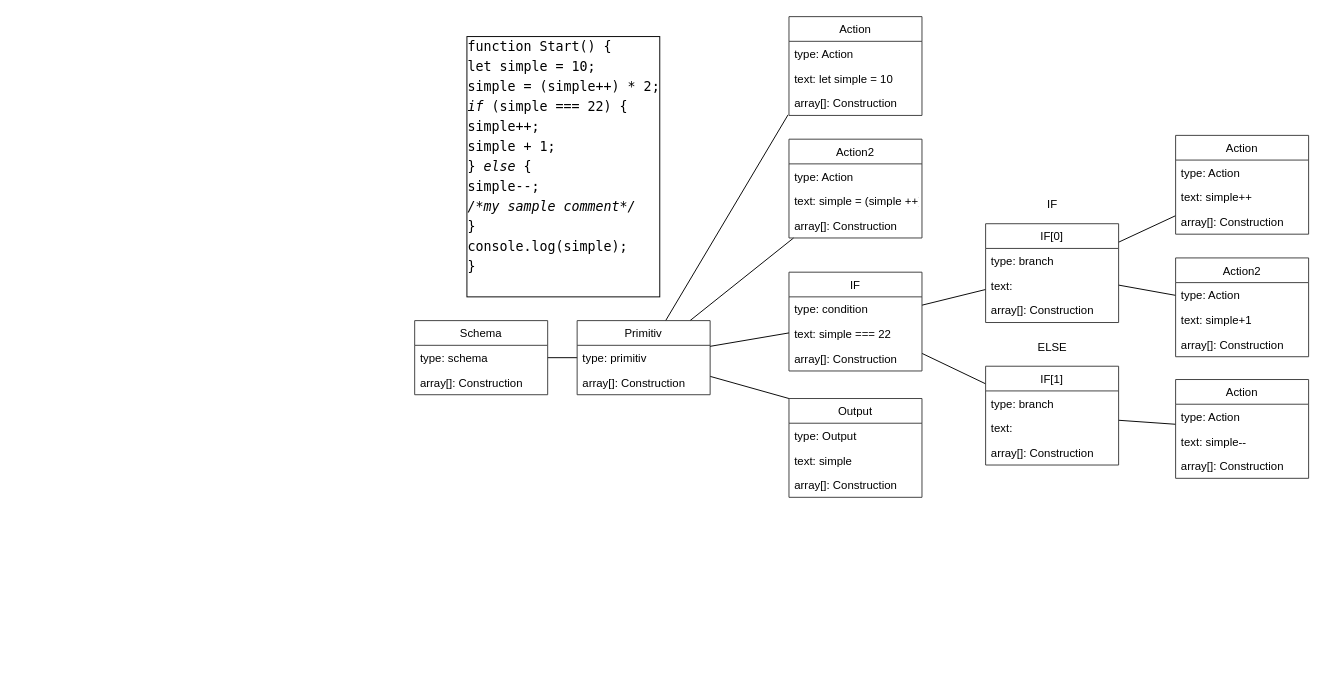
This is page "Страница 5" (5 of 7) of dizdocs/schema_iter2.drawio from samarsky-canary/dragon, a draw.io file, before an edit. Source tidied: cells renumbered, new cells numbered last; positions are measured from the earlier drawing's top-left corner, leaving out a move shared by most shapes. Both pictures are drawn from the tidied source at 95%, with x=0, y=0 at pixel (414, 16).
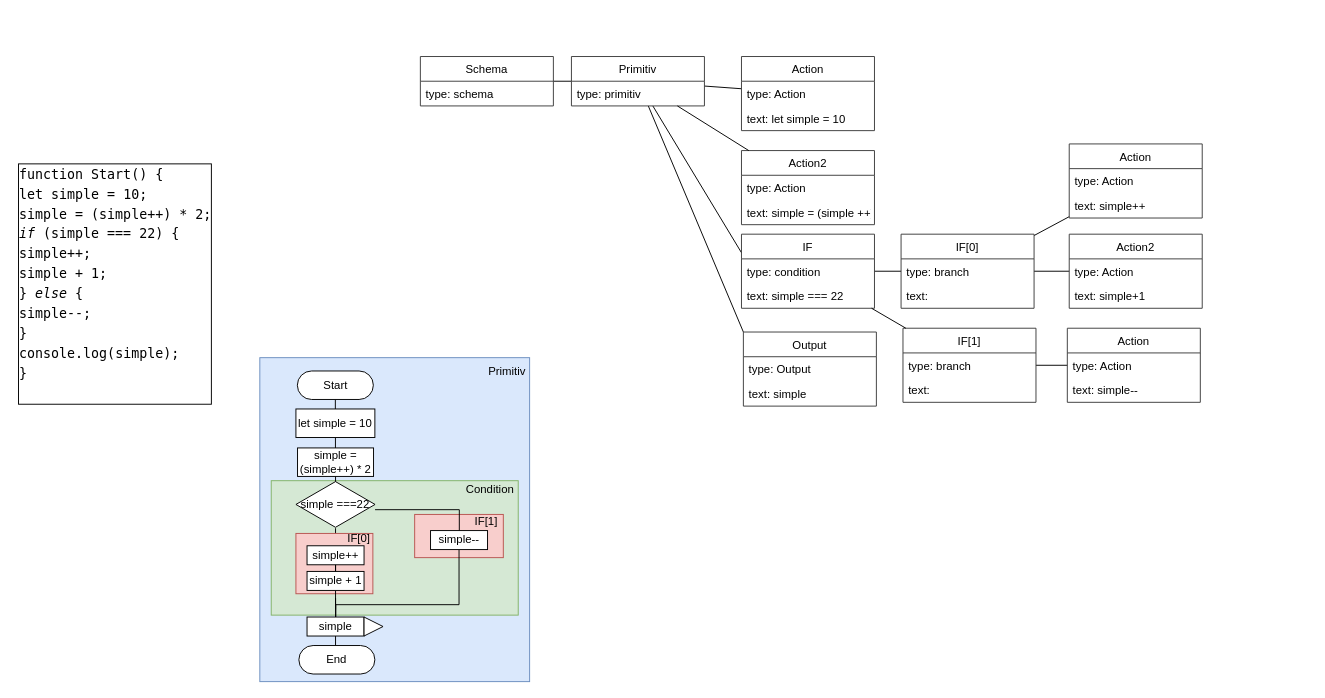
The same diagram, later.

Diff of the diagram source:
```diff
@@
-    <mxCell id="2" value="&lt;div style=&quot;font-family: menlo, monaco, &amp;quot;courier new&amp;quot;, monospace; font-weight: normal; font-size: 14px; line-height: 21px;&quot;&gt;&lt;div&gt;&lt;span style=&quot;&quot;&gt;function&lt;/span&gt;&lt;span style=&quot;&quot;&gt; &lt;/span&gt;&lt;span style=&quot;&quot;&gt;Start&lt;/span&gt;&lt;span style=&quot;&quot;&gt;()&lt;/span&gt;&lt;span style=&quot;&quot;&gt; {&lt;/span&gt;&lt;/div&gt;&lt;div&gt;&lt;span style=&quot;&quot;&gt;    &lt;/span&gt;&lt;span style=&quot;&quot;&gt;let&lt;/span&gt;&lt;span style=&quot;&quot;&gt; &lt;/span&gt;&lt;span style=&quot;&quot;&gt;simple&lt;/span&gt;&lt;span style=&quot;&quot;&gt; &lt;/span&gt;&lt;span style=&quot;&quot;&gt;=&lt;/span&gt;&lt;span style=&quot;&quot;&gt; &lt;/span&gt;&lt;span style=&quot;&quot;&gt;10&lt;/span&gt;&lt;span style=&quot;&quot;&gt;;&lt;/span&gt;&lt;/div&gt;&lt;div&gt;&lt;span style=&quot;&quot;&gt;    &lt;/span&gt;&lt;span style=&quot;&quot;&gt;simple&lt;/span&gt;&lt;span style=&quot;&quot;&gt; &lt;/span&gt;&lt;span style=&quot;&quot;&gt;=&lt;/span&gt;&lt;span style=&quot;&quot;&gt; (&lt;/span&gt;&lt;span style=&quot;&quot;&gt;simple&lt;/span&gt;&lt;span style=&quot;&quot;&gt;++&lt;/span&gt;&lt;span style=&quot;&quot;&gt;) &lt;/span&gt;&lt;span style=&quot;&quot;&gt;*&lt;/span&gt;&lt;span style=&quot;&quot;&gt; &lt;/span&gt;&lt;span style=&quot;&quot;&gt;2&lt;/span&gt;&lt;span style=&quot;&quot;&gt;;&lt;/span&gt;&lt;/div&gt;&lt;div&gt;&lt;span style=&quot;&quot;&gt;    &lt;/span&gt;&lt;span style=&quot;font-style: italic;&quot;&gt;if&lt;/span&gt;&lt;span style=&quot;&quot;&gt; (&lt;/span&gt;&lt;span style=&quot;&quot;&gt;simple&lt;/span&gt;&lt;span style=&quot;&quot;&gt; &lt;/span&gt;&lt;span style=&quot;&quot;&gt;===&lt;/span&gt;&lt;span style=&quot;&quot;&gt; &lt;/span&gt;&lt;span style=&quot;&quot;&gt;22&lt;/span&gt;&lt;span style=&quot;&quot;&gt;) {&lt;/span&gt;&lt;/div&gt;&lt;div&gt;&lt;span style=&quot;&quot;&gt;        &lt;/span&gt;&lt;span style=&quot;&quot;&gt;simple&lt;/span&gt;&lt;span style=&quot;&quot;&gt;++;&lt;/span&gt;&lt;/div&gt;&lt;div&gt;&lt;span style=&quot;&quot;&gt;        &lt;/span&gt;&lt;span style=&quot;&quot;&gt;simple&lt;/span&gt;&lt;span style=&quot;&quot;&gt; &lt;/span&gt;&lt;span style=&quot;&quot;&gt;+&lt;/span&gt;&lt;span style=&quot;&quot;&gt; &lt;/span&gt;&lt;span style=&quot;&quot;&gt;1&lt;/span&gt;&lt;span style=&quot;&quot;&gt;;&lt;/span&gt;&lt;/div&gt;&lt;div&gt;&lt;span style=&quot;&quot;&gt;    } &lt;/span&gt;&lt;span style=&quot;font-style: italic;&quot;&gt;else&lt;/span&gt;&lt;span style=&quot;&quot;&gt; {&lt;/span&gt;&lt;/div&gt;&lt;div&gt;&lt;span style=&quot;&quot;&gt;        &lt;/span&gt;&lt;span style=&quot;&quot;&gt;simple&lt;/span&gt;&lt;span style=&quot;&quot;&gt;--;&lt;/span&gt;&lt;/div&gt;&lt;div&gt;&lt;span style=&quot;&quot;&gt;        &lt;/span&gt;&lt;span style=&quot;font-style: italic;&quot;&gt;/*my sample comment*/&lt;/span&gt;&lt;/div&gt;&lt;div&gt;&lt;span style=&quot;&quot;&gt;    }&lt;/span&gt;&lt;/div&gt;&lt;div&gt;&lt;span style=&quot;&quot;&gt;    &lt;/span&gt;&lt;span style=&quot;&quot;&gt;console&lt;/span&gt;&lt;span style=&quot;&quot;&gt;.&lt;/span&gt;&lt;span style=&quot;&quot;&gt;log&lt;/span&gt;&lt;span style=&quot;&quot;&gt;(&lt;/span&gt;&lt;span style=&quot;&quot;&gt;simple&lt;/span&gt;&lt;span style=&quot;&quot;&gt;)&lt;/span&gt;&lt;span style=&quot;&quot;&gt;;&lt;/span&gt;&lt;/div&gt;&lt;div&gt;&lt;span style=&quot;&quot;&gt;}&lt;/span&gt;&lt;/div&gt;&lt;br&gt;&lt;/div&gt;" style="text;whiteSpace=wrap;html=1;labelBackgroundColor=#ffffff;labelBorderColor=#000000;" parent="1" vertex="1">
-      <mxGeometry x="53" y="14" width="230" height="350" as="geometry" />
+    <mxCell id="2" value="&lt;div style=&quot;font-family: &amp;#34;menlo&amp;#34; , &amp;#34;monaco&amp;#34; , &amp;#34;courier new&amp;#34; , monospace ; font-weight: normal ; font-size: 14px ; line-height: 21px&quot;&gt;&lt;div&gt;&lt;span&gt;function&lt;/span&gt;&lt;span&gt; &lt;/span&gt;&lt;span&gt;Start&lt;/span&gt;&lt;span&gt;()&lt;/span&gt;&lt;span&gt; {&lt;/span&gt;&lt;/div&gt;&lt;div&gt;&lt;span&gt;    &lt;/span&gt;&lt;span&gt;let&lt;/span&gt;&lt;span&gt; &lt;/span&gt;&lt;span&gt;simple&lt;/span&gt;&lt;span&gt; &lt;/span&gt;&lt;span&gt;=&lt;/span&gt;&lt;span&gt; &lt;/span&gt;&lt;span&gt;10&lt;/span&gt;&lt;span&gt;;&lt;/span&gt;&lt;/div&gt;&lt;div&gt;&lt;span&gt;    &lt;/span&gt;&lt;span&gt;simple&lt;/span&gt;&lt;span&gt; &lt;/span&gt;&lt;span&gt;=&lt;/span&gt;&lt;span&gt; (&lt;/span&gt;&lt;span&gt;simple&lt;/span&gt;&lt;span&gt;++&lt;/span&gt;&lt;span&gt;) &lt;/span&gt;&lt;span&gt;*&lt;/span&gt;&lt;span&gt; &lt;/span&gt;&lt;span&gt;2&lt;/span&gt;&lt;span&gt;;&lt;/span&gt;&lt;/div&gt;&lt;div&gt;&lt;span&gt;    &lt;/span&gt;&lt;span style=&quot;font-style: italic&quot;&gt;if&lt;/span&gt;&lt;span&gt; (&lt;/span&gt;&lt;span&gt;simple&lt;/span&gt;&lt;span&gt; &lt;/span&gt;&lt;span&gt;===&lt;/span&gt;&lt;span&gt; &lt;/span&gt;&lt;span&gt;22&lt;/span&gt;&lt;span&gt;) {&lt;/span&gt;&lt;/div&gt;&lt;div&gt;&lt;span&gt;        &lt;/span&gt;&lt;span&gt;simple&lt;/span&gt;&lt;span&gt;++;&lt;/span&gt;&lt;/div&gt;&lt;div&gt;&lt;span&gt;        &lt;/span&gt;&lt;span&gt;simple&lt;/span&gt;&lt;span&gt; &lt;/span&gt;&lt;span&gt;+&lt;/span&gt;&lt;span&gt; &lt;/span&gt;&lt;span&gt;1&lt;/span&gt;&lt;span&gt;;&lt;/span&gt;&lt;/div&gt;&lt;div&gt;&lt;span&gt;    } &lt;/span&gt;&lt;span style=&quot;font-style: italic&quot;&gt;else&lt;/span&gt;&lt;span&gt; {&lt;/span&gt;&lt;/div&gt;&lt;div&gt;&lt;span&gt;        &lt;/span&gt;&lt;span&gt;simple&lt;/span&gt;&lt;span&gt;--;&lt;/span&gt;&lt;/div&gt;&lt;div&gt;}&lt;br&gt;&lt;/div&gt;&lt;div&gt;&lt;span&gt;    &lt;/span&gt;&lt;span&gt;console&lt;/span&gt;&lt;span&gt;.&lt;/span&gt;&lt;span&gt;log&lt;/span&gt;&lt;span&gt;(&lt;/span&gt;&lt;span&gt;simple&lt;/span&gt;&lt;span&gt;)&lt;/span&gt;&lt;span&gt;;&lt;/span&gt;&lt;/div&gt;&lt;div&gt;&lt;span&gt;}&lt;/span&gt;&lt;/div&gt;&lt;br&gt;&lt;/div&gt;" style="text;whiteSpace=wrap;html=1;labelBackgroundColor=#ffffff;labelBorderColor=#000000;" parent="1" vertex="1">
+      <mxGeometry x="-419" y="148" width="230" height="350" as="geometry" />
     </mxCell>
@@
     <mxCell id="4" value="Schema" style="swimlane;fontStyle=0;horizontal=1;startSize=26;fillColor=none;strokeColor=#3D3D3D;" parent="1" vertex="1">
-      <mxGeometry y="320" width="140" height="78" as="geometry" />
+      <mxGeometry x="6" y="42" width="140" height="52" as="geometry" />
     </mxCell>
@@
-    <mxCell id="6" value="array[]: Construction" style="text;strokeColor=none;fillColor=none;align=left;verticalAlign=top;spacingLeft=4;spacingRight=4;overflow=hidden;" parent="4" vertex="1">
-      <mxGeometry y="52" width="140" height="26" as="geometry" />
-    </mxCell>
-    <mxCell id="7" style="edgeStyle=none;rounded=0;jettySize=auto;html=1;endArrow=none;endFill=0;entryX=-0.007;entryY=0.977;entryDx=0;entryDy=0;entryPerimeter=0;" parent="1" edge="1" source="10" target="16">
+    <mxCell id="7" style="edgeStyle=none;rounded=0;jettySize=auto;html=1;endArrow=none;endFill=0;" parent="1" edge="1" source="10" target="13">
       <mxGeometry relative="1" as="geometry" />
     </mxCell>
-    <mxCell id="8" style="edgeStyle=none;rounded=0;jettySize=auto;html=1;endArrow=none;endFill=0;" parent="1" edge="1" source="10" target="17">
+    <mxCell id="8" style="edgeStyle=none;rounded=0;jettySize=auto;html=1;endArrow=none;endFill=0;entryX=0;entryY=0.25;entryDx=0;entryDy=0;" parent="1" edge="1" source="10" target="23">
       <mxGeometry relative="1" as="geometry" />
     </mxCell>
@@
     <mxCell id="10" value="Primitiv" style="swimlane;fontStyle=0;horizontal=1;startSize=26;fillColor=none;strokeColor=#3D3D3D;" parent="1" vertex="1">
-      <mxGeometry x="171" y="320" width="140" height="78" as="geometry" />
+      <mxGeometry x="165" y="42" width="140" height="52" as="geometry" />
     </mxCell>
@@
-    <mxCell id="12" value="array[]: Construction" style="text;strokeColor=none;fillColor=none;align=left;verticalAlign=top;spacingLeft=4;spacingRight=4;overflow=hidden;" parent="10" vertex="1">
-      <mxGeometry y="52" width="140" height="26" as="geometry" />
-    </mxCell>
     <mxCell id="13" value="Action" style="swimlane;fontStyle=0;horizontal=1;startSize=26;fillColor=none;strokeColor=#3D3D3D;" parent="1" vertex="1">
-      <mxGeometry x="394" width="140" height="104" as="geometry" />
+      <mxGeometry x="344" y="42" width="140" height="78" as="geometry" />
     </mxCell>
@@
-    <mxCell id="16" value="array[]: Construction" style="text;strokeColor=none;fillColor=none;align=left;verticalAlign=top;spacingLeft=4;spacingRight=4;overflow=hidden;points=[[0,0.5],[1,0.5]];portConstraint=eastwest;" parent="13" vertex="1">
-      <mxGeometry y="78" width="140" height="26" as="geometry" />
-    </mxCell>
     <mxCell id="17" value="Action2" style="swimlane;fontStyle=0;horizontal=1;startSize=26;fillColor=none;strokeColor=#3D3D3D;" parent="1" vertex="1">
-      <mxGeometry x="394" y="129" width="140" height="104" as="geometry" />
+      <mxGeometry x="344" y="141" width="140" height="78" as="geometry" />
     </mxCell>
@@
-    <mxCell id="20" value="array[]: Construction" style="text;strokeColor=none;fillColor=none;align=left;verticalAlign=top;spacingLeft=4;spacingRight=4;overflow=hidden;" parent="17" vertex="1">
-      <mxGeometry y="78" width="140" height="26" as="geometry" />
-    </mxCell>
@@
-    <mxCell id="22" style="edgeStyle=none;rounded=0;jettySize=auto;html=1;endArrow=none;endFill=0;" parent="1" edge="1" source="23" target="35">
-      <mxGeometry relative="1" as="geometry" />
-    </mxCell>
     <mxCell id="23" value="IF" style="swimlane;fontStyle=0;horizontal=1;startSize=26;fillColor=none;strokeColor=#3D3D3D;" parent="1" vertex="1">
-      <mxGeometry x="394" y="269" width="140" height="104" as="geometry" />
+      <mxGeometry x="344" y="229" width="140" height="78" as="geometry" />
     </mxCell>
@@
-    <mxCell id="26" value="array[]: Construction" style="text;strokeColor=none;fillColor=none;align=left;verticalAlign=top;spacingLeft=4;spacingRight=4;overflow=hidden;" parent="23" vertex="1">
-      <mxGeometry y="78" width="140" height="26" as="geometry" />
-    </mxCell>
-    <mxCell id="27" style="edgeStyle=none;rounded=0;jettySize=auto;html=1;endArrow=none;endFill=0;" parent="1" edge="1" source="10" target="23">
+    <mxCell id="27" style="edgeStyle=none;rounded=0;jettySize=auto;html=1;endArrow=none;endFill=0;" parent="1" edge="1" source="10" target="17">
       <mxGeometry relative="1" as="geometry" />
     </mxCell>
@@
     <mxCell id="30" value="IF[0]" style="swimlane;fontStyle=0;horizontal=1;startSize=26;fillColor=none;strokeColor=#3D3D3D;" parent="1" vertex="1">
-      <mxGeometry x="601" y="218" width="140" height="104" as="geometry" />
+      <mxGeometry x="512" y="229" width="140" height="78" as="geometry" />
     </mxCell>
@@
-    <mxCell id="33" value="array[]: Construction" style="text;strokeColor=none;fillColor=none;align=left;verticalAlign=top;spacingLeft=4;spacingRight=4;overflow=hidden;" parent="30" vertex="1">
-      <mxGeometry y="78" width="140" height="26" as="geometry" />
-    </mxCell>
@@
     <mxCell id="35" value="IF[1]" style="swimlane;fontStyle=0;horizontal=1;startSize=26;fillColor=none;strokeColor=#3D3D3D;" parent="1" vertex="1">
-      <mxGeometry x="601" y="368" width="140" height="104" as="geometry" />
+      <mxGeometry x="514" y="328" width="140" height="78" as="geometry" />
     </mxCell>
@@
-    <mxCell id="38" value="array[]: Construction" style="text;strokeColor=none;fillColor=none;align=left;verticalAlign=top;spacingLeft=4;spacingRight=4;overflow=hidden;" parent="35" vertex="1">
-      <mxGeometry y="78" width="140" height="26" as="geometry" />
-    </mxCell>
-    <mxCell id="39" value="IF" style="text;html=1;align=center;verticalAlign=middle;strokeColor=none;" parent="1" vertex="1">
-      <mxGeometry x="656" y="188" width="30" height="20" as="geometry" />
-    </mxCell>
-    <mxCell id="40" value="ELSE" style="text;html=1;align=center;verticalAlign=middle;strokeColor=none;" parent="1" vertex="1">
-      <mxGeometry x="646" y="338" width="50" height="20" as="geometry" />
-    </mxCell>
     <mxCell id="41" value="Output" style="swimlane;fontStyle=0;horizontal=1;startSize=26;fillColor=none;strokeColor=#3D3D3D;" parent="1" vertex="1">
-      <mxGeometry x="394" y="402" width="140" height="104" as="geometry" />
+      <mxGeometry x="346" y="332" width="140" height="78" as="geometry" />
     </mxCell>
@@
-    <mxCell id="44" value="array[]: Construction" style="text;strokeColor=none;fillColor=none;align=left;verticalAlign=top;spacingLeft=4;spacingRight=4;overflow=hidden;" parent="41" vertex="1">
-      <mxGeometry y="78" width="140" height="26" as="geometry" />
-    </mxCell>
     <mxCell id="45" value="Action" style="swimlane;fontStyle=0;horizontal=1;startSize=26;fillColor=none;strokeColor=#3D3D3D;" parent="1" vertex="1">
-      <mxGeometry x="801" y="125" width="140" height="104" as="geometry" />
+      <mxGeometry x="689" y="134" width="140" height="78" as="geometry" />
     </mxCell>
@@
-    <mxCell id="48" value="array[]: Construction" style="text;strokeColor=none;fillColor=none;align=left;verticalAlign=top;spacingLeft=4;spacingRight=4;overflow=hidden;" parent="45" vertex="1">
-      <mxGeometry y="78" width="140" height="26" as="geometry" />
-    </mxCell>
     <mxCell id="49" value="Action2" style="swimlane;fontStyle=0;horizontal=1;startSize=26;fillColor=none;strokeColor=#3D3D3D;" parent="1" vertex="1">
-      <mxGeometry x="801" y="254" width="140" height="104" as="geometry" />
+      <mxGeometry x="689" y="229" width="140" height="78" as="geometry" />
     </mxCell>
@@
-    <mxCell id="52" value="array[]: Construction" style="text;strokeColor=none;fillColor=none;align=left;verticalAlign=top;spacingLeft=4;spacingRight=4;overflow=hidden;" parent="49" vertex="1">
-      <mxGeometry y="78" width="140" height="26" as="geometry" />
-    </mxCell>
     <mxCell id="53" value="Action" style="swimlane;fontStyle=0;horizontal=1;startSize=26;fillColor=none;strokeColor=#3D3D3D;" parent="1" vertex="1">
-      <mxGeometry x="801" y="382" width="140" height="104" as="geometry" />
+      <mxGeometry x="687" y="328" width="140" height="78" as="geometry" />
     </mxCell>
@@
-    <mxCell id="56" value="array[]: Construction" style="text;strokeColor=none;fillColor=none;align=left;verticalAlign=top;spacingLeft=4;spacingRight=4;overflow=hidden;" parent="53" vertex="1">
-      <mxGeometry y="78" width="140" height="26" as="geometry" />
-    </mxCell>
+    <mxCell id="57" style="rounded=0;whiteSpace=wrap;html=1;fillColor=#dae8fc;strokeColor=#6c8ebf;" parent="1" vertex="1">
+      <mxGeometry x="-163" y="359" width="284" height="341" as="geometry" />
+    </mxCell>
+    <mxCell id="58" style="rounded=0;whiteSpace=wrap;html=1;fillColor=#d5e8d4;strokeColor=#82b366;" parent="1" vertex="1">
+      <mxGeometry x="-151" y="488.5" width="260" height="141.5" as="geometry" />
+    </mxCell>
+    <mxCell id="59" style="edgeStyle=orthogonalEdgeStyle;rounded=0;jettySize=auto;html=1;endArrow=none;endFill=0;" parent="1" edge="1" source="60" target="62">
+      <mxGeometry relative="1" as="geometry" />
+    </mxCell>
+    <mxCell id="60" value="Start" style="rounded=1;whiteSpace=wrap;html=1;arcSize=50;" parent="1" vertex="1">
+      <mxGeometry x="-123.5" y="373" width="80" height="30" as="geometry" />
+    </mxCell>
+    <mxCell id="61" style="edgeStyle=orthogonalEdgeStyle;rounded=0;jettySize=auto;html=1;endArrow=none;endFill=0;" parent="1" edge="1" source="62" target="63">
+      <mxGeometry relative="1" as="geometry" />
+    </mxCell>
+    <mxCell id="62" value="let simple = 10" style="rounded=0;whiteSpace=wrap;html=1;" parent="1" vertex="1">
+      <mxGeometry x="-125" y="413" width="83.1" height="30" as="geometry" />
+    </mxCell>
+    <mxCell id="63" value="simple = (simple++) * 2" style="rounded=0;whiteSpace=wrap;html=1;" parent="1" vertex="1">
+      <mxGeometry x="-123.3" y="454" width="80" height="30" as="geometry" />
+    </mxCell>
+    <mxCell id="64" style="edgeStyle=orthogonalEdgeStyle;rounded=0;jettySize=auto;html=1;endArrow=none;endFill=0;" parent="1" edge="1" source="63" target="66">
+      <mxGeometry relative="1" as="geometry" />
+    </mxCell>
+    <mxCell id="65" style="edgeStyle=orthogonalEdgeStyle;rounded=0;jettySize=auto;html=1;endArrow=none;endFill=0;" parent="1" edge="1" source="66" target="76">
+      <mxGeometry relative="1" as="geometry" />
+    </mxCell>
+    <mxCell id="66" value="simple ===22" style="html=1;whiteSpace=wrap;shape=isoRectangle;" parent="1" vertex="1">
+      <mxGeometry x="-125" y="488.5" width="83.3" height="50" as="geometry" />
+    </mxCell>
+    <mxCell id="67" style="edgeStyle=orthogonalEdgeStyle;rounded=0;jettySize=auto;html=1;endArrow=none;endFill=0;" parent="1" edge="1" source="68" target="70">
+      <mxGeometry relative="1" as="geometry" />
+    </mxCell>
+    <mxCell id="68" value="simple" style="rounded=0;whiteSpace=wrap;html=1;" parent="1" vertex="1">
+      <mxGeometry x="-113.3" y="632" width="60" height="20" as="geometry" />
+    </mxCell>
+    <mxCell id="69" style="triangle;whiteSpace=wrap;html=1;" parent="1" vertex="1">
+      <mxGeometry x="-53.3" y="632" width="20" height="20" as="geometry" />
+    </mxCell>
+    <mxCell id="70" value="End" style="rounded=1;whiteSpace=wrap;html=1;arcSize=50;" parent="1" vertex="1">
+      <mxGeometry x="-121.9" y="662" width="80" height="30" as="geometry" />
+    </mxCell>
+    <mxCell id="71" style="rounded=0;whiteSpace=wrap;html=1;fillColor=#f8cecc;strokeColor=#b85450;" parent="1" vertex="1">
+      <mxGeometry x="-125" y="544" width="81" height="63.5" as="geometry" />
+    </mxCell>
+    <mxCell id="72" style="rounded=0;whiteSpace=wrap;html=1;fillColor=#f8cecc;strokeColor=#b85450;" parent="1" vertex="1">
+      <mxGeometry y="524" width="93.3" height="45.5" as="geometry" />
+    </mxCell>
+    <mxCell id="73" style="edgeStyle=orthogonalEdgeStyle;rounded=0;jettySize=auto;html=1;endArrow=none;endFill=0;" parent="1" edge="1" source="74" target="68">
+      <mxGeometry relative="1" as="geometry">
+        <Array as="points">
+          <mxPoint x="47" y="619" />
+          <mxPoint x="-83" y="619" />
+        </Array>
+      </mxGeometry>
+    </mxCell>
+    <mxCell id="74" value="simple--" style="rounded=0;whiteSpace=wrap;html=1;" parent="1" vertex="1">
+      <mxGeometry x="16.7" y="541" width="60" height="20" as="geometry" />
+    </mxCell>
+    <mxCell id="75" style="edgeStyle=orthogonalEdgeStyle;rounded=0;jettySize=auto;html=1;entryX=0.5;entryY=0;entryDx=0;entryDy=0;endArrow=none;endFill=0;" parent="1" edge="1" source="76" target="78">
+      <mxGeometry relative="1" as="geometry" />
+    </mxCell>
+    <mxCell id="76" value="simple++" style="rounded=0;whiteSpace=wrap;html=1;" parent="1" vertex="1">
+      <mxGeometry x="-113.3" y="557" width="60" height="20" as="geometry" />
+    </mxCell>
+    <mxCell id="77" style="edgeStyle=orthogonalEdgeStyle;rounded=0;jettySize=auto;html=1;endArrow=none;endFill=0;" parent="1" edge="1" source="78" target="68">
+      <mxGeometry relative="1" as="geometry" />
+    </mxCell>
+    <mxCell id="78" value="simple + 1" style="rounded=0;whiteSpace=wrap;html=1;" parent="1" vertex="1">
+      <mxGeometry x="-113.3" y="584" width="60" height="20" as="geometry" />
+    </mxCell>
+    <mxCell id="79" style="edgeStyle=orthogonalEdgeStyle;rounded=0;jettySize=auto;html=1;endArrow=none;endFill=0;" parent="1" edge="1" source="66" target="74">
+      <mxGeometry relative="1" as="geometry">
+        <Array as="points">
+          <mxPoint x="47" y="519" />
+        </Array>
+      </mxGeometry>
+    </mxCell>
+    <mxCell id="22" style="edgeStyle=none;rounded=0;jettySize=auto;html=1;endArrow=none;endFill=0;" parent="1" edge="1" source="23" target="35">
+      <mxGeometry relative="1" as="geometry" />
+    </mxCell>
+    <mxCell id="80" value="Primitiv" style="text;html=1;align=center;verticalAlign=middle;strokeColor=none;" parent="1" vertex="1">
+      <mxGeometry x="72" y="365" width="49" height="18" as="geometry" />
+    </mxCell>
+    <mxCell id="81" value="Condition" style="text;html=1;align=center;verticalAlign=middle;strokeColor=none;" parent="1" vertex="1">
+      <mxGeometry x="48" y="488.5" width="61" height="18" as="geometry" />
+    </mxCell>
+    <mxCell id="82" value="IF[1]" style="text;html=1;align=center;verticalAlign=middle;strokeColor=none;" parent="1" vertex="1">
+      <mxGeometry x="58" y="523" width="34" height="18" as="geometry" />
+    </mxCell>
+    <mxCell id="83" value="IF[0]" style="text;html=1;align=center;verticalAlign=middle;strokeColor=none;" parent="1" vertex="1">
+      <mxGeometry x="-75.9" y="541" width="34" height="18" as="geometry" />
+    </mxCell>
```
